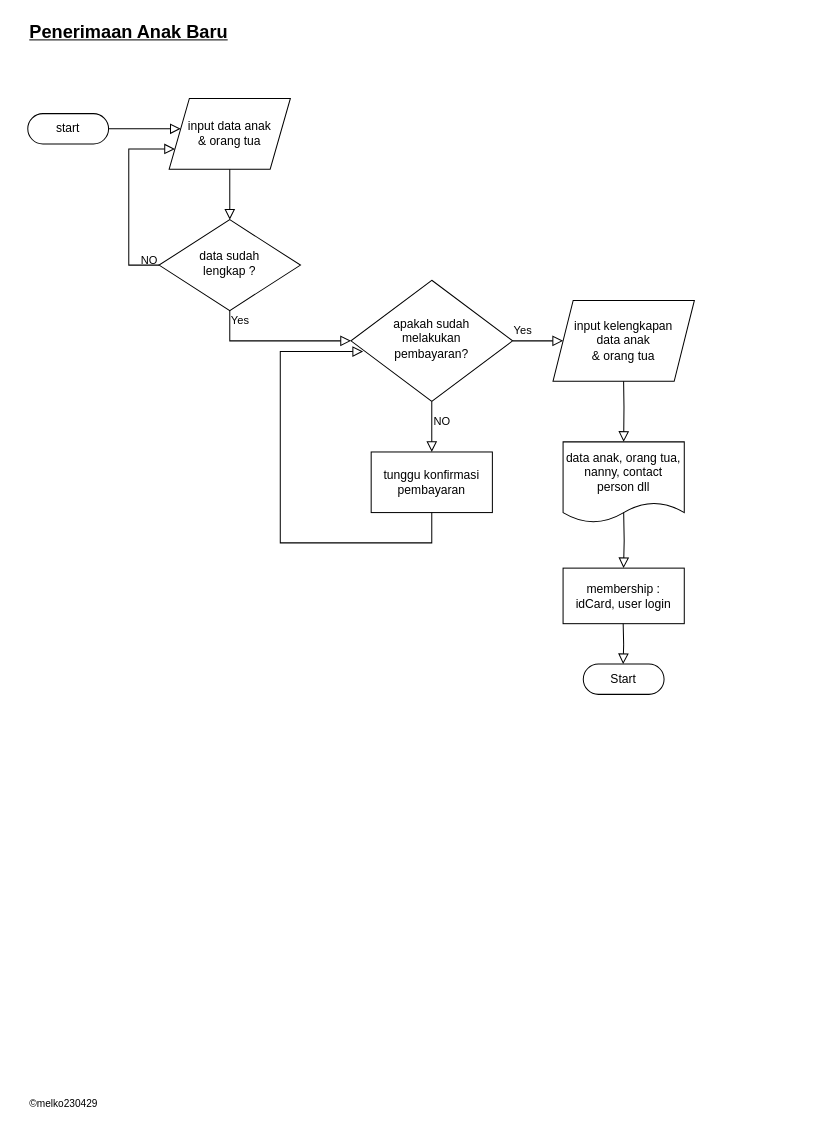
Before: page "PSB" (3 of 3) of Day Care Diagram.drawio in oikos76/EduTech, a draw.io diagram. Source tidied: cells renumbered, new cells numbered last; positions are measured from the earlier drawing's top-left corner, leaving out a move shared by most shapes. Both pictures are drawn from the tidied source at 101%, with x=0, y=0 at pixel (27, 17).
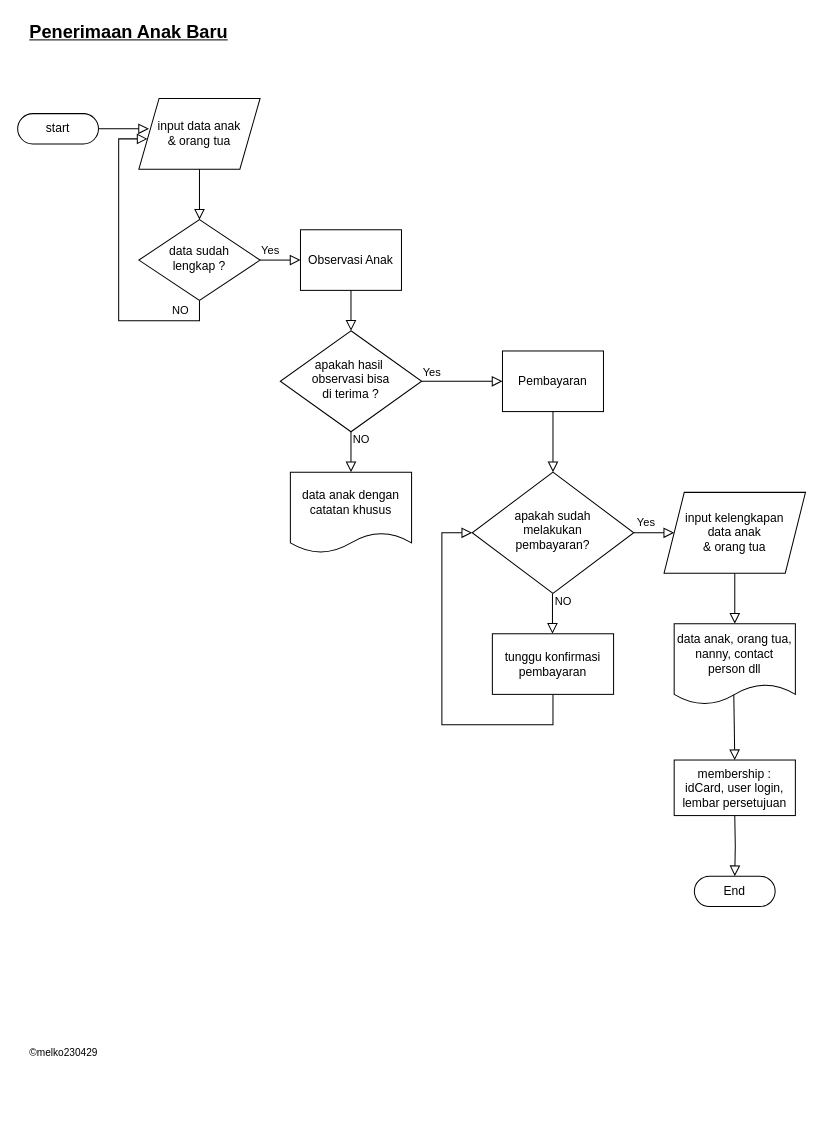
After the change.

Diff of the diagram source:
```diff
@@
-    <mxCell id="2" style="rounded=0;html=1;jettySize=auto;fontSize=11;endArrow=block;endFill=0;endSize=8;strokeWidth=1;shadow=0;labelBackgroundColor=none;edgeStyle=orthogonalEdgeStyle;exitX=1;exitY=0.5;exitDx=0;exitDy=0;" parent="1" edge="1" source="5" target="6">
+    <mxCell id="2" style="rounded=0;html=1;jettySize=auto;fontSize=11;endArrow=block;endFill=0;endSize=8;strokeWidth=1;shadow=0;labelBackgroundColor=none;edgeStyle=orthogonalEdgeStyle;exitX=1;exitY=0.5;exitDx=0;exitDy=0;" parent="1" edge="1" source="5">
       <mxGeometry relative="1" as="geometry">
+        <mxPoint x="120" y="110" as="targetPoint" />
         <Array as="points">
-          <mxPoint x="80" y="110" />
+          <mxPoint x="70" y="110" />
         </Array>
       </mxGeometry>
     </mxCell>
-    <mxCell id="3" value="Yes" style="rounded=0;html=1;jettySize=auto;fontSize=11;endArrow=block;endFill=0;endSize=8;strokeWidth=1;shadow=0;labelBackgroundColor=none;edgeStyle=orthogonalEdgeStyle;" parent="1" edge="1" source="7">
-      <mxGeometry x="-0.87" y="10" relative="1" as="geometry">
-        <mxPoint x="320" y="320" as="targetPoint" />
-        <Array as="points">
-          <mxPoint x="200" y="320" />
-          <mxPoint x="320" y="320" />
-        </Array>
-      </mxGeometry>
+    <mxCell id="3" value="Yes" style="rounded=0;html=1;jettySize=auto;fontSize=11;endArrow=block;endFill=0;endSize=8;strokeWidth=1;shadow=0;labelBackgroundColor=none;edgeStyle=orthogonalEdgeStyle;exitX=1;exitY=0.5;exitDx=0;exitDy=0;entryX=0;entryY=0.5;entryDx=0;entryDy=0;" parent="1" edge="1" source="7" target="23">
+      <mxGeometry x="-0.5" y="10" relative="1" as="geometry" />
     </mxCell>
-    <mxCell id="4" value="NO" style="edgeStyle=orthogonalEdgeStyle;rounded=0;html=1;jettySize=auto;fontSize=11;endArrow=block;endFill=0;endSize=8;strokeWidth=1;shadow=0;labelBackgroundColor=none;exitX=0;exitY=0.5;exitDx=0;exitDy=0;" parent="1" edge="1" source="7" target="6">
-      <mxGeometry x="-0.9" y="-5" relative="1" as="geometry">
+    <mxCell id="4" value="NO" style="edgeStyle=orthogonalEdgeStyle;rounded=0;html=1;jettySize=auto;fontSize=11;endArrow=block;endFill=0;endSize=8;strokeWidth=1;shadow=0;labelBackgroundColor=none;exitX=0.5;exitY=1;exitDx=0;exitDy=0;" parent="1" edge="1" source="7" target="6">
+      <mxGeometry x="-0.75" y="-10" relative="1" as="geometry">
         <Array as="points">
-          <mxPoint x="100" y="245" />
-          <mxPoint x="100" y="130" />
+          <mxPoint x="170" y="300" />
+          <mxPoint x="90" y="300" />
+          <mxPoint x="90" y="120" />
         </Array>
       </mxGeometry>
     </mxCell>
     <mxCell id="5" value="start" style="rounded=1;whiteSpace=wrap;html=1;arcSize=50;" parent="1" vertex="1">
-      <mxGeometry y="95" width="80" height="30" as="geometry" />
+      <mxGeometry x="-10" y="95" width="80" height="30" as="geometry" />
     </mxCell>
     <mxCell id="6" value="input data anak &lt;br&gt;&amp;amp; orang tua" style="shape=parallelogram;perimeter=parallelogramPerimeter;whiteSpace=wrap;html=1;fixedSize=1;" parent="1" vertex="1">
-      <mxGeometry x="140" y="80" width="120" height="70" as="geometry" />
+      <mxGeometry x="110" y="80" width="120" height="70" as="geometry" />
     </mxCell>
     <mxCell id="7" value="data sudah &lt;br&gt;lengkap ?" style="rhombus;whiteSpace=wrap;html=1;shadow=0;fontFamily=Helvetica;fontSize=12;align=center;strokeWidth=1;spacing=6;spacingTop=-4;" parent="1" vertex="1">
-      <mxGeometry x="130" y="200" width="140" height="90" as="geometry" />
+      <mxGeometry x="110" y="200" width="120" height="80" as="geometry" />
     </mxCell>
     <mxCell id="8" value="tunggu konfirmasi pembayaran" style="rounded=1;whiteSpace=wrap;html=1;fontSize=12;glass=0;strokeWidth=1;shadow=0;arcSize=0;" parent="1" vertex="1">
-      <mxGeometry x="340" y="430" width="120" height="60" as="geometry" />
+      <mxGeometry x="460" y="610" width="120" height="60" as="geometry" />
     </mxCell>
@@
-    <mxCell id="10" style="rounded=0;html=1;jettySize=auto;fontSize=11;endArrow=block;endFill=0;endSize=8;strokeWidth=1;shadow=0;labelBackgroundColor=none;edgeStyle=orthogonalEdgeStyle;entryX=0.5;entryY=0;entryDx=0;entryDy=0;" parent="1" edge="1" target="12">
-      <mxGeometry relative="1" as="geometry">
-        <mxPoint x="589.8" y="350" as="sourcePoint" />
-      </mxGeometry>
+    <mxCell id="10" style="rounded=0;html=1;jettySize=auto;fontSize=11;endArrow=block;endFill=0;endSize=8;strokeWidth=1;shadow=0;labelBackgroundColor=none;edgeStyle=orthogonalEdgeStyle;entryX=0.5;entryY=0;entryDx=0;entryDy=0;exitX=0.5;exitY=1;exitDx=0;exitDy=0;" parent="1" edge="1" source="19" target="12">
+      <mxGeometry relative="1" as="geometry" />
     </mxCell>
-    <mxCell id="11" value="membership :&lt;br&gt;idCard, user login" style="rounded=1;whiteSpace=wrap;html=1;fontSize=12;glass=0;strokeWidth=1;shadow=0;arcSize=0;" parent="1" vertex="1">
-      <mxGeometry x="530" y="545" width="120" height="55" as="geometry" />
+    <mxCell id="11" value="membership :&lt;br&gt;idCard, user login, lembar persetujuan" style="rounded=1;whiteSpace=wrap;html=1;fontSize=12;glass=0;strokeWidth=1;shadow=0;arcSize=0;" parent="1" vertex="1">
+      <mxGeometry x="640" y="735" width="120" height="55" as="geometry" />
     </mxCell>
     <mxCell id="12" value="data anak, orang tua, nanny, contact &lt;br&gt;person dll" style="shape=document;whiteSpace=wrap;html=1;boundedLbl=1;size=0.25;" parent="1" vertex="1">
-      <mxGeometry x="530" y="420" width="120" height="80" as="geometry" />
+      <mxGeometry x="640" y="600" width="120" height="80" as="geometry" />
     </mxCell>
-    <mxCell id="13" value="Start" style="rounded=1;whiteSpace=wrap;html=1;arcSize=50;" parent="1" vertex="1">
-      <mxGeometry x="550" y="640" width="80" height="30" as="geometry" />
+    <mxCell id="13" value="End" style="rounded=1;whiteSpace=wrap;html=1;arcSize=50;" parent="1" vertex="1">
+      <mxGeometry x="660" y="850" width="80" height="30" as="geometry" />
     </mxCell>
-    <mxCell id="14" style="rounded=0;html=1;jettySize=auto;orthogonalLoop=1;fontSize=11;endArrow=block;endFill=0;endSize=8;strokeWidth=1;shadow=0;labelBackgroundColor=none;edgeStyle=orthogonalEdgeStyle;exitX=0.5;exitY=1;exitDx=0;exitDy=0;" parent="1" edge="1">
+    <mxCell id="14" style="rounded=0;html=1;jettySize=auto;fontSize=11;endArrow=block;endFill=0;endSize=8;strokeWidth=1;shadow=0;labelBackgroundColor=none;edgeStyle=orthogonalEdgeStyle;entryX=0.5;entryY=0;entryDx=0;entryDy=0;" parent="1" edge="1" target="13">
       <mxGeometry relative="1" as="geometry">
-        <mxPoint x="589.5" y="600" as="sourcePoint" />
-        <mxPoint x="589.5" y="640" as="targetPoint" />
+        <mxPoint x="700" y="790" as="sourcePoint" />
       </mxGeometry>
     </mxCell>
@@
     <mxCell id="16" value="&lt;font style=&quot;font-size: 10px;&quot;&gt;©melko230429&lt;/font&gt;" style="text;strokeColor=none;align=left;fillColor=none;html=1;verticalAlign=middle;whiteSpace=wrap;rounded=0;" parent="1" vertex="1">
-      <mxGeometry y="1060" width="110" height="30" as="geometry" />
+      <mxGeometry y="1010" width="110" height="30" as="geometry" />
     </mxCell>
     <mxCell id="17" value="apakah sudah &lt;br&gt;melakukan &lt;br&gt;pembayaran?" style="rhombus;whiteSpace=wrap;html=1;shadow=0;fontFamily=Helvetica;fontSize=12;align=center;strokeWidth=1;spacing=6;spacingTop=-4;" parent="1" vertex="1">
-      <mxGeometry x="320" y="260" width="160" height="120" as="geometry" />
+      <mxGeometry x="440" y="450" width="160" height="120" as="geometry" />
     </mxCell>
-    <mxCell id="18" value="NO" style="rounded=0;html=1;jettySize=auto;fontSize=11;endArrow=block;endFill=0;endSize=8;strokeWidth=1;shadow=0;labelBackgroundColor=none;edgeStyle=orthogonalEdgeStyle;entryX=0.5;entryY=0;entryDx=0;entryDy=0;" parent="1" edge="1" target="8">
-      <mxGeometry x="-0.2" y="10" relative="1" as="geometry">
-        <mxPoint x="400" y="380" as="sourcePoint" />
+    <mxCell id="18" value="NO" style="rounded=0;html=1;jettySize=auto;orthogonalLoop=1;fontSize=11;endArrow=block;endFill=0;endSize=8;strokeWidth=1;shadow=0;labelBackgroundColor=none;edgeStyle=orthogonalEdgeStyle;" parent="1" edge="1">
+      <mxGeometry x="-0.6" y="10" relative="1" as="geometry">
+        <mxPoint x="320" y="410" as="sourcePoint" />
+        <mxPoint x="320" y="450" as="targetPoint" />
         <Array as="points">
-          <mxPoint x="400" y="420" />
-          <mxPoint x="400" y="420" />
+          <mxPoint x="320" y="450" />
+          <mxPoint x="320" y="450" />
         </Array>
       </mxGeometry>
     </mxCell>
     <mxCell id="19" value="input kelengkapan&lt;br&gt;data anak &lt;br&gt;&amp;amp; orang tua" style="shape=parallelogram;perimeter=parallelogramPerimeter;whiteSpace=wrap;html=1;fixedSize=1;" parent="1" vertex="1">
-      <mxGeometry x="520" y="280" width="140" height="80" as="geometry" />
+      <mxGeometry x="630" y="470" width="140" height="80" as="geometry" />
     </mxCell>
-    <mxCell id="20" style="rounded=0;html=1;jettySize=auto;orthogonalLoop=1;fontSize=11;endArrow=block;endFill=0;endSize=8;strokeWidth=1;shadow=0;labelBackgroundColor=none;edgeStyle=orthogonalEdgeStyle;entryX=0.5;entryY=0;entryDx=0;entryDy=0;" parent="1" edge="1">
+    <mxCell id="20" style="rounded=0;html=1;jettySize=auto;fontSize=11;endArrow=block;endFill=0;endSize=8;strokeWidth=1;shadow=0;labelBackgroundColor=none;edgeStyle=orthogonalEdgeStyle;exitX=0.492;exitY=0.881;exitDx=0;exitDy=0;exitPerimeter=0;entryX=0.5;entryY=0;entryDx=0;entryDy=0;" parent="1" edge="1" source="12" target="11">
       <mxGeometry relative="1" as="geometry">
-        <mxPoint x="590" y="490" as="sourcePoint" />
-        <mxPoint x="589.9" y="545" as="targetPoint" />
+        <Array as="points">
+          <mxPoint x="700" y="671" />
+        </Array>
       </mxGeometry>
     </mxCell>
-    <mxCell id="21" value="Yes" style="rounded=0;html=1;jettySize=auto;fontSize=11;endArrow=block;endFill=0;endSize=8;strokeWidth=1;shadow=0;labelBackgroundColor=none;edgeStyle=orthogonalEdgeStyle;exitX=1;exitY=0.5;exitDx=0;exitDy=0;" parent="1" edge="1" source="17">
-      <mxGeometry x="-0.6" y="10" relative="1" as="geometry">
-        <mxPoint x="530" y="320" as="targetPoint" />
-        <Array as="points">
-          <mxPoint x="500" y="320" />
-          <mxPoint x="500" y="320" />
-        </Array>
-      </mxGeometry>
+    <mxCell id="21" value="Yes" style="rounded=0;html=1;jettySize=auto;fontSize=11;endArrow=block;endFill=0;endSize=8;strokeWidth=1;shadow=0;labelBackgroundColor=none;edgeStyle=orthogonalEdgeStyle;exitX=1;exitY=0.5;exitDx=0;exitDy=0;entryX=0;entryY=0.5;entryDx=0;entryDy=0;" parent="1" edge="1" source="17" target="19">
+      <mxGeometry x="-0.6" y="10" relative="1" as="geometry" />
     </mxCell>
-    <mxCell id="22" style="rounded=0;html=1;jettySize=auto;fontSize=11;endArrow=block;endFill=0;endSize=8;strokeWidth=1;shadow=0;labelBackgroundColor=none;edgeStyle=orthogonalEdgeStyle;exitX=0.5;exitY=1;exitDx=0;exitDy=0;entryX=0.075;entryY=0.588;entryDx=0;entryDy=0;entryPerimeter=0;" parent="1" edge="1" source="8" target="17">
+    <mxCell id="22" style="rounded=0;html=1;jettySize=auto;fontSize=11;endArrow=block;endFill=0;endSize=8;strokeWidth=1;shadow=0;labelBackgroundColor=none;edgeStyle=orthogonalEdgeStyle;exitX=0.5;exitY=1;exitDx=0;exitDy=0;entryX=0;entryY=0.5;entryDx=0;entryDy=0;" parent="1" edge="1" source="8" target="17">
       <mxGeometry relative="1" as="geometry">
         <Array as="points">
-          <mxPoint x="400" y="520" />
-          <mxPoint x="250" y="520" />
-          <mxPoint x="250" y="331" />
+          <mxPoint x="520" y="700" />
+          <mxPoint x="410" y="700" />
+          <mxPoint x="410" y="510" />
         </Array>
       </mxGeometry>
     </mxCell>
+    <mxCell id="23" value="Observasi Anak" style="rounded=1;whiteSpace=wrap;html=1;fontSize=12;glass=0;strokeWidth=1;shadow=0;arcSize=0;" parent="1" vertex="1">
+      <mxGeometry x="270" y="210" width="100" height="60" as="geometry" />
+    </mxCell>
+    <mxCell id="24" value="apakah hasil&amp;nbsp;&lt;br&gt;observasi bisa &lt;br&gt;di terima ?" style="rhombus;whiteSpace=wrap;html=1;shadow=0;fontFamily=Helvetica;fontSize=12;align=center;strokeWidth=1;spacing=6;spacingTop=-4;" parent="1" vertex="1">
+      <mxGeometry x="250" y="310" width="140" height="100" as="geometry" />
+    </mxCell>
+    <mxCell id="25" value="Yes" style="rounded=0;html=1;jettySize=auto;fontSize=11;endArrow=block;endFill=0;endSize=8;strokeWidth=1;shadow=0;labelBackgroundColor=none;edgeStyle=orthogonalEdgeStyle;exitX=1;exitY=0.5;exitDx=0;exitDy=0;" parent="1" edge="1" source="24">
+      <mxGeometry x="-0.75" y="10" relative="1" as="geometry">
+        <mxPoint x="470" y="360" as="targetPoint" />
+        <mxPoint y="1" as="offset" />
+      </mxGeometry>
+    </mxCell>
+    <mxCell id="26" style="rounded=0;html=1;jettySize=auto;fontSize=11;endArrow=block;endFill=0;endSize=8;strokeWidth=1;shadow=0;labelBackgroundColor=none;edgeStyle=orthogonalEdgeStyle;exitX=0.5;exitY=1;exitDx=0;exitDy=0;" parent="1" edge="1" source="23">
+      <mxGeometry relative="1" as="geometry">
+        <mxPoint x="320" y="310" as="targetPoint" />
+      </mxGeometry>
+    </mxCell>
+    <mxCell id="27" value="NO" style="rounded=0;html=1;jettySize=auto;orthogonalLoop=1;fontSize=11;endArrow=block;endFill=0;endSize=8;strokeWidth=1;shadow=0;labelBackgroundColor=none;edgeStyle=orthogonalEdgeStyle;" parent="1" edge="1">
+      <mxGeometry x="-0.6" y="10" relative="1" as="geometry">
+        <mxPoint x="519.5" y="570" as="sourcePoint" />
+        <mxPoint x="519.5" y="610" as="targetPoint" />
+        <Array as="points">
+          <mxPoint x="519.5" y="610" />
+          <mxPoint x="519.5" y="610" />
+        </Array>
+      </mxGeometry>
+    </mxCell>
+    <mxCell id="28" value="Pembayaran" style="rounded=1;whiteSpace=wrap;html=1;fontSize=12;glass=0;strokeWidth=1;shadow=0;arcSize=0;" parent="1" vertex="1">
+      <mxGeometry x="470" y="330" width="100" height="60" as="geometry" />
+    </mxCell>
+    <mxCell id="29" style="rounded=0;html=1;jettySize=auto;orthogonalLoop=1;fontSize=11;endArrow=block;endFill=0;endSize=8;strokeWidth=1;shadow=0;labelBackgroundColor=none;edgeStyle=orthogonalEdgeStyle;entryX=0.5;entryY=0;entryDx=0;entryDy=0;exitX=0.5;exitY=1;exitDx=0;exitDy=0;" parent="1" edge="1">
+      <mxGeometry relative="1" as="geometry">
+        <mxPoint x="520" y="390" as="sourcePoint" />
+        <mxPoint x="520" y="450" as="targetPoint" />
+      </mxGeometry>
+    </mxCell>
+    <mxCell id="30" value="data anak dengan catatan khusus" style="shape=document;whiteSpace=wrap;html=1;boundedLbl=1;size=0.25;" parent="1" vertex="1">
+      <mxGeometry x="260" y="450" width="120" height="80" as="geometry" />
+    </mxCell>
```
